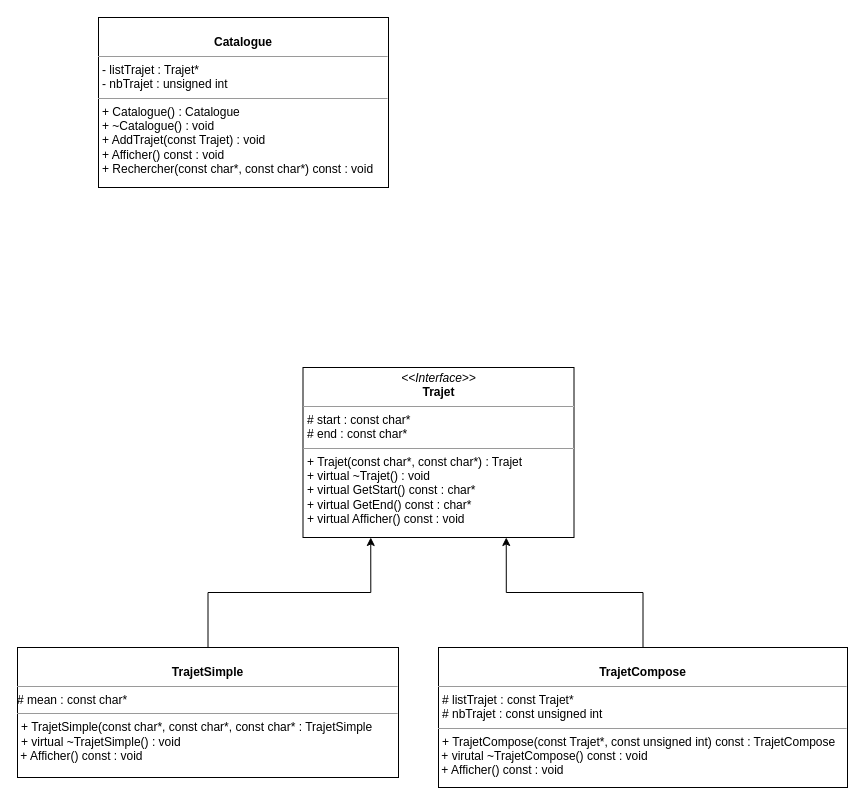
QuentindeA/TP2_CPP keeps this draw.io diagram as Docs/UML.drawio. Above is the earlier version. Source tidied: cells renumbered, new cells numbered last; positions are measured from the earlier drawing's top-left corner, leaving out a move shared by most shapes. Both pictures are drawn from the tidied source at 100%, with x=0, y=0 at pixel (17, 17).
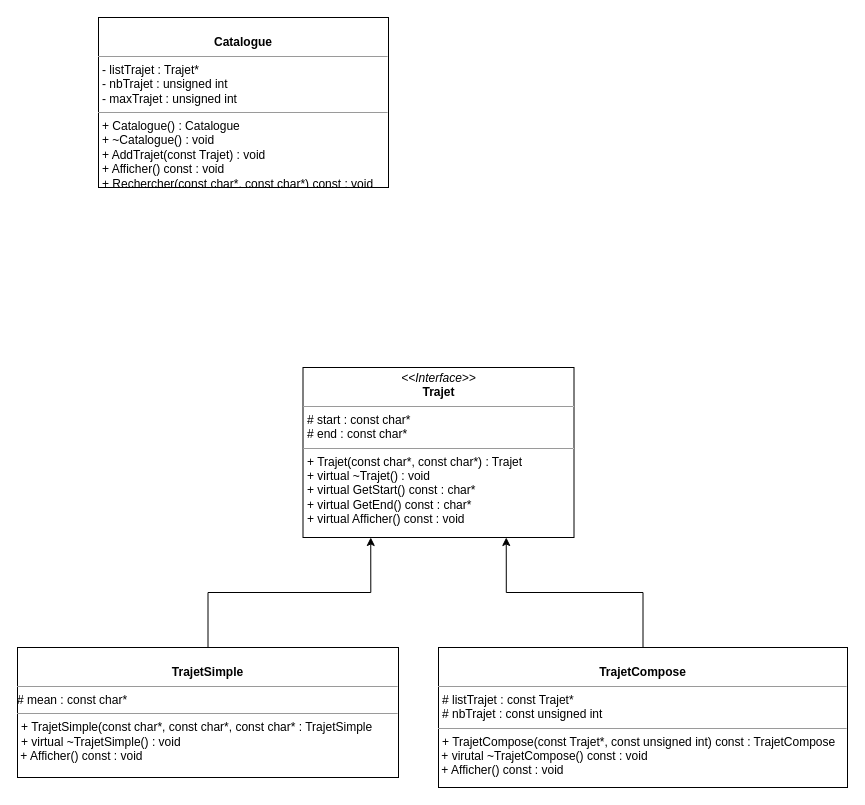
The same diagram, later.

Commit message (it also covers changes not shown here):
Implémentation de Add et Find dans Catalogue Ajout de l'atttribut maxTRajet dans Catalogue et modif de l'UML en conséquent

Diff of the diagram source:
```diff
@@
 <mxGraphModel background="#ffffff">
   <root>
     <mxCell id="0" />
     <mxCell id="1" parent="0" />
     <mxCell id="2" value="&lt;p style=&quot;margin: 0px ; margin-top: 4px ; text-align: center&quot;&gt;&lt;i&gt;&amp;lt;&amp;lt;Interface&amp;gt;&amp;gt;&lt;/i&gt;&lt;br&gt;&lt;b&gt;Trajet&lt;/b&gt;&lt;/p&gt;&lt;hr size=&quot;1&quot;&gt;&lt;p style=&quot;margin: 0px ; margin-left: 4px&quot;&gt;# start : const char*&lt;br&gt;# end : const char*&lt;/p&gt;&lt;hr size=&quot;1&quot;&gt;&lt;p style=&quot;margin: 0px ; margin-left: 4px&quot;&gt;+ Trajet(const char*, const char*) : Trajet&lt;/p&gt;&lt;p style=&quot;margin: 0px ; margin-left: 4px&quot;&gt;+ virtual ~Trajet() : void&lt;br&gt;&lt;/p&gt;&lt;p style=&quot;margin: 0px ; margin-left: 4px&quot;&gt;+ virtual GetStart() const : char*&lt;br&gt;+ virtual GetEnd() const : char*&lt;/p&gt;&lt;p style=&quot;margin: 0px ; margin-left: 4px&quot;&gt;+ virtual Afficher() const : void&lt;br&gt;&lt;/p&gt;" style="verticalAlign=top;align=left;overflow=fill;fontSize=12;fontFamily=Helvetica;html=1;rounded=0;shadow=0;comic=0;labelBackgroundColor=none;strokeWidth=1;" parent="1" vertex="1">
       <mxGeometry x="285.5" y="350" width="271" height="170" as="geometry" />
     </mxCell>
     <mxCell id="3" style="edgeStyle=orthogonalEdgeStyle;rounded=0;jettySize=auto;html=1;entryX=0.25;entryY=1;entryDx=0;entryDy=0;" parent="1" edge="1" source="4" target="2">
       <mxGeometry relative="1" as="geometry" />
     </mxCell>
     <mxCell id="4" value="&lt;p style=&quot;margin: 0px ; margin-top: 4px ; text-align: center&quot;&gt;&lt;br&gt;&lt;b&gt;TrajetSimple&lt;/b&gt;&lt;/p&gt;&lt;hr size=&quot;1&quot;&gt;&lt;div&gt;# mean : const char*&lt;/div&gt;&lt;hr size=&quot;1&quot;&gt;&lt;div&gt;&lt;p style=&quot;margin: 0px ; margin-left: 4px&quot;&gt;+ TrajetSimple(const char*, const char*, const char* : TrajetSimple&lt;/p&gt;&lt;p style=&quot;margin: 0px ; margin-left: 4px&quot;&gt;+ virtual ~TrajetSimple() : void&lt;/p&gt;&lt;/div&gt;&lt;div&gt;&amp;nbsp;+ Afficher() const : void&lt;/div&gt;&lt;div&gt;&lt;br&gt;&lt;/div&gt;&lt;div&gt;&lt;br&gt;&lt;/div&gt;&lt;div&gt;&lt;br&gt;&lt;/div&gt;&lt;div&gt;&lt;br&gt;&lt;/div&gt;&lt;div&gt;&lt;br&gt;&lt;/div&gt;&lt;div&gt;&lt;br&gt;&lt;/div&gt;&lt;div&gt;&lt;br&gt;&lt;/div&gt;&lt;div&gt;&lt;br&gt;&lt;/div&gt;&lt;div&gt;&lt;br&gt;&lt;/div&gt;&lt;div&gt;&lt;br&gt;&lt;/div&gt;&lt;div&gt;&lt;br&gt;&lt;/div&gt;&lt;div&gt;&lt;br&gt;&lt;/div&gt;&lt;hr size=&quot;1&quot;&gt;" style="verticalAlign=top;align=left;overflow=fill;fontSize=12;fontFamily=Helvetica;html=1;rounded=0;shadow=0;comic=0;labelBackgroundColor=none;strokeWidth=1;" parent="1" vertex="1">
       <mxGeometry y="630" width="381" height="130" as="geometry" />
     </mxCell>
     <mxCell id="5" style="edgeStyle=orthogonalEdgeStyle;rounded=0;jettySize=auto;html=1;entryX=0.75;entryY=1;entryDx=0;entryDy=0;" parent="1" edge="1" source="6" target="2">
       <mxGeometry relative="1" as="geometry" />
     </mxCell>
     <mxCell id="6" value="&lt;p style=&quot;margin: 0px ; margin-top: 4px ; text-align: center&quot;&gt;&lt;br&gt;&lt;b&gt;TrajetCompose&lt;/b&gt;&lt;/p&gt;&lt;hr size=&quot;1&quot;&gt;&lt;p style=&quot;margin: 0px ; margin-left: 4px&quot;&gt;# listTrajet : const Trajet*&lt;br&gt;&lt;/p&gt;&lt;p style=&quot;margin: 0px ; margin-left: 4px&quot;&gt;# nbTrajet : const unsigned int&lt;br&gt;&lt;/p&gt;&lt;hr size=&quot;1&quot;&gt;&lt;div&gt;&lt;p style=&quot;margin: 0px ; margin-left: 4px&quot;&gt;+ TrajetCompose(const Trajet*, const unsigned int) const : TrajetCompose&lt;/p&gt;&lt;/div&gt;&lt;div&gt;&amp;nbsp;+ virutal ~TrajetCompose() const : void &lt;br&gt;&lt;/div&gt;&lt;div&gt;&amp;nbsp;+ Afficher() const : void&lt;/div&gt;&lt;div&gt;&lt;br&gt;&lt;/div&gt;" style="verticalAlign=top;align=left;overflow=fill;fontSize=12;fontFamily=Helvetica;html=1;rounded=0;shadow=0;comic=0;labelBackgroundColor=none;strokeWidth=1;" parent="1" vertex="1">
       <mxGeometry x="421" y="630" width="409" height="140" as="geometry" />
     </mxCell>
-    <mxCell id="7" value="&lt;p style=&quot;margin: 0px ; margin-top: 4px ; text-align: center&quot;&gt;&lt;br&gt;&lt;b&gt;Catalogue&lt;/b&gt;&lt;/p&gt;&lt;hr size=&quot;1&quot;&gt;&lt;p style=&quot;margin: 0px ; margin-left: 4px&quot;&gt;- listTrajet : Trajet*&lt;/p&gt;&lt;p style=&quot;margin: 0px ; margin-left: 4px&quot;&gt;- nbTrajet : unsigned int&lt;br&gt;&lt;/p&gt;&lt;hr size=&quot;1&quot;&gt;&lt;p style=&quot;margin: 0px ; margin-left: 4px&quot;&gt;+ Catalogue() : Catalogue&lt;/p&gt;&lt;p style=&quot;margin: 0px ; margin-left: 4px&quot;&gt;+ ~Catalogue() : void&lt;/p&gt;&lt;p style=&quot;margin: 0px ; margin-left: 4px&quot;&gt;+ AddTrajet(const Trajet) : void&lt;br&gt;&lt;/p&gt;&lt;p style=&quot;margin: 0px ; margin-left: 4px&quot;&gt;+ Afficher() const : void&lt;/p&gt;&lt;p style=&quot;margin: 0px ; margin-left: 4px&quot;&gt;+ Rechercher(const char*, const char*) const : void&lt;br&gt;&lt;/p&gt;" style="verticalAlign=top;align=left;overflow=fill;fontSize=12;fontFamily=Helvetica;html=1;rounded=0;shadow=0;comic=0;labelBackgroundColor=none;strokeWidth=1;" parent="1" vertex="1">
+    <mxCell id="7" value="&lt;p style=&quot;margin: 0px ; margin-top: 4px ; text-align: center&quot;&gt;&lt;br&gt;&lt;b&gt;Catalogue&lt;/b&gt;&lt;/p&gt;&lt;hr size=&quot;1&quot;&gt;&lt;p style=&quot;margin: 0px ; margin-left: 4px&quot;&gt;- listTrajet : Trajet*&lt;/p&gt;&lt;p style=&quot;margin: 0px ; margin-left: 4px&quot;&gt;- nbTrajet : unsigned int&lt;br&gt;&lt;/p&gt;&lt;p style=&quot;margin: 0px ; margin-left: 4px&quot;&gt;- maxTrajet : unsigned int&lt;/p&gt;&lt;hr size=&quot;1&quot;&gt;&lt;p style=&quot;margin: 0px ; margin-left: 4px&quot;&gt;+ Catalogue() : Catalogue&lt;/p&gt;&lt;p style=&quot;margin: 0px ; margin-left: 4px&quot;&gt;+ ~Catalogue() : void&lt;/p&gt;&lt;p style=&quot;margin: 0px ; margin-left: 4px&quot;&gt;+ AddTrajet(const Trajet) : void&lt;br&gt;&lt;/p&gt;&lt;p style=&quot;margin: 0px ; margin-left: 4px&quot;&gt;+ Afficher() const : void&lt;/p&gt;&lt;p style=&quot;margin: 0px ; margin-left: 4px&quot;&gt;+ Rechercher(const char*, const char*) const : void&lt;br&gt;&lt;/p&gt;" style="verticalAlign=top;align=left;overflow=fill;fontSize=12;fontFamily=Helvetica;html=1;rounded=0;shadow=0;comic=0;labelBackgroundColor=none;strokeWidth=1;" parent="1" vertex="1">
       <mxGeometry x="81" width="290" height="170" as="geometry" />
     </mxCell>
   </root>
 </mxGraphModel>
```
